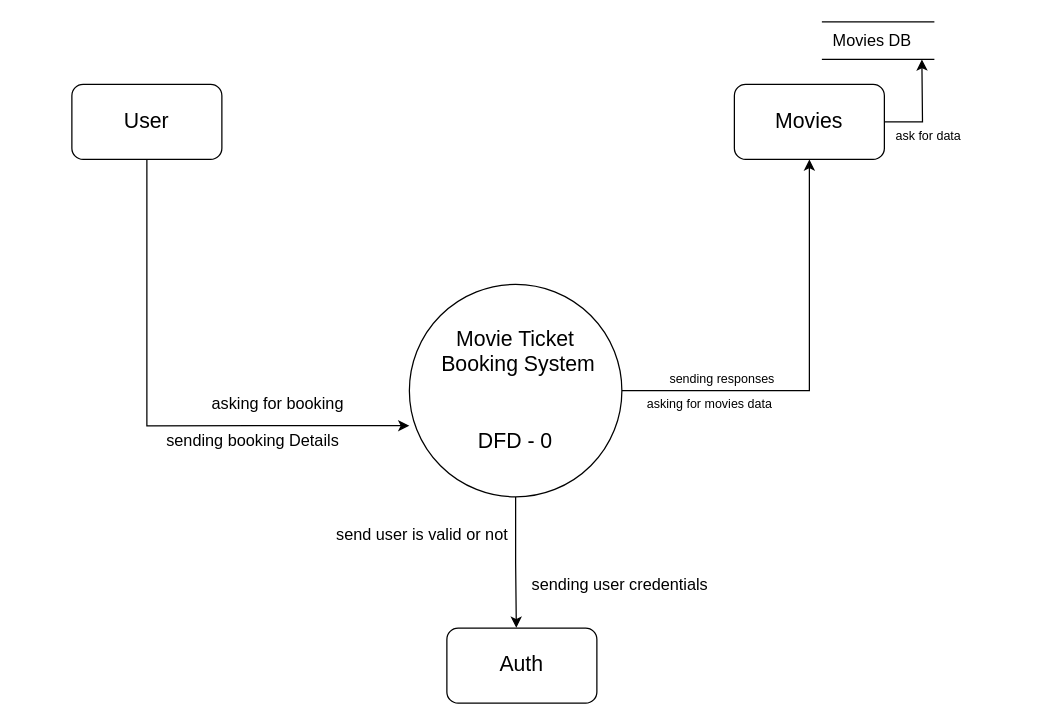
Before: Untitled Diagram.drawio in Raj-kar/Daigrams, a draw.io diagram. Source tidied: cells renumbered, new cells numbered last; positions are measured from the earlier drawing's top-left corner, leaving out a move shared by most shapes. Both pictures are drawn from the tidied source at 125%, with x=0, y=0 at pixel (71, 21).
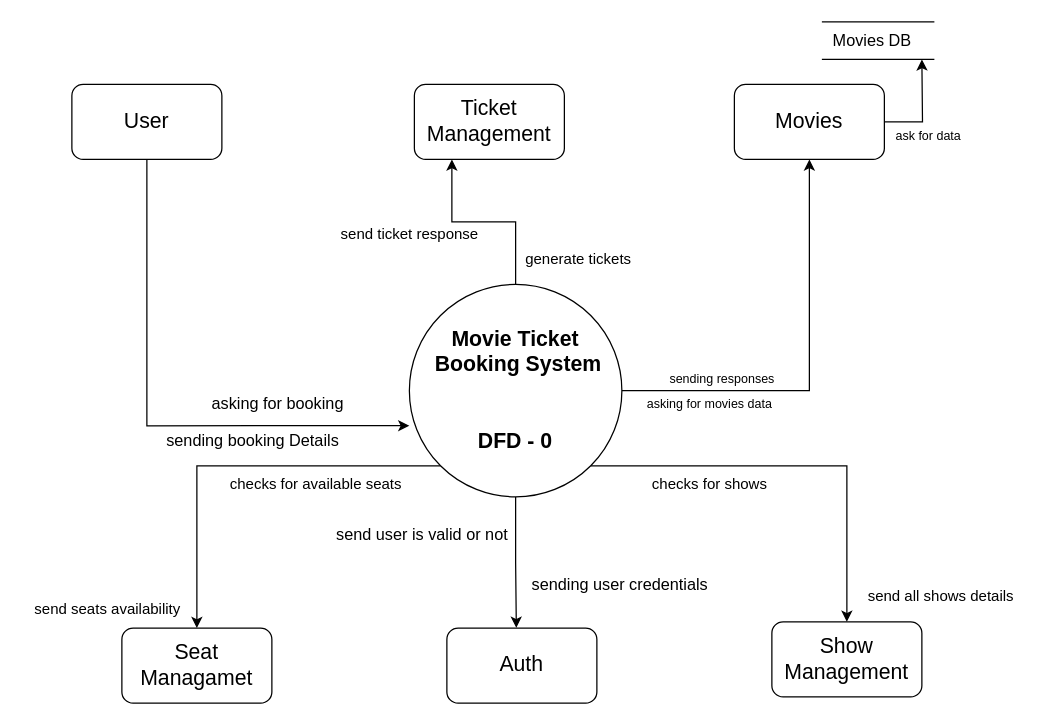
The same page after the edit.

Change to the diagram source:
```diff
@@
+    <mxCell id="20" style="edgeStyle=orthogonalEdgeStyle;rounded=0;jettySize=auto;html=1;exitX=0;exitY=1;exitDx=0;exitDy=0;" parent="1" edge="1" source="4" target="23">
+      <mxGeometry relative="1" as="geometry" />
+    </mxCell>
+    <mxCell id="21" style="edgeStyle=orthogonalEdgeStyle;rounded=0;jettySize=auto;html=1;exitX=1;exitY=1;exitDx=0;exitDy=0;entryX=0.5;entryY=0;entryDx=0;entryDy=0;" parent="1" edge="1" source="4" target="26">
+      <mxGeometry relative="1" as="geometry" />
+    </mxCell>
+    <mxCell id="22" style="edgeStyle=orthogonalEdgeStyle;rounded=0;jettySize=auto;html=1;entryX=0.25;entryY=1;entryDx=0;entryDy=0;" parent="1" edge="1" source="4" target="29">
+      <mxGeometry relative="1" as="geometry" />
+    </mxCell>
-    <mxCell id="4" value="&lt;font style=&quot;font-size: 17px&quot;&gt;Movie Ticket&lt;br&gt;&amp;nbsp;Booking System&lt;br&gt;&lt;br&gt;&lt;br&gt;DFD - 0&lt;br&gt;&lt;/font&gt;" style="ellipse;whiteSpace=wrap;html=1;" parent="1" vertex="1">
+    <mxCell id="4" value="&lt;font style=&quot;font-size: 17px&quot;&gt;&lt;b&gt;Movie Ticket&lt;br&gt;&amp;nbsp;Booking System&lt;br&gt;&lt;br&gt;&lt;br&gt;DFD - 0&lt;/b&gt;&lt;br&gt;&lt;/font&gt;" style="ellipse;whiteSpace=wrap;html=1;" parent="1" vertex="1">
       <mxGeometry x="270" y="210" width="170" height="170" as="geometry" />
     </mxCell>
@@
+    <mxCell id="23" value="Seat Managamet" style="rounded=1;whiteSpace=wrap;html=1;fontSize=17;" parent="1" vertex="1">
+      <mxGeometry x="40" y="485" width="120" height="60" as="geometry" />
+    </mxCell>
+    <mxCell id="24" value="checks for available seats" style="text;html=1;align=center;verticalAlign=middle;strokeColor=none;fillColor=none;" parent="1" vertex="1">
+      <mxGeometry x="120" y="360" width="150" height="20" as="geometry" />
+    </mxCell>
+    <mxCell id="25" value="send seats availability&amp;nbsp;" style="text;html=1;align=center;verticalAlign=middle;strokeColor=none;fillColor=none;" parent="1" vertex="1">
+      <mxGeometry x="-40" y="460" width="140" height="20" as="geometry" />
+    </mxCell>
+    <mxCell id="26" value="Show Management" style="rounded=1;whiteSpace=wrap;html=1;fontSize=17;" parent="1" vertex="1">
+      <mxGeometry x="560" y="480" width="120" height="60" as="geometry" />
+    </mxCell>
+    <mxCell id="27" value="checks for shows" style="text;html=1;align=center;verticalAlign=middle;strokeColor=none;fillColor=none;" parent="1" vertex="1">
+      <mxGeometry x="455" y="360" width="110" height="20" as="geometry" />
+    </mxCell>
+    <mxCell id="28" value="send all shows details" style="text;html=1;align=center;verticalAlign=middle;strokeColor=none;fillColor=none;" parent="1" vertex="1">
+      <mxGeometry x="630" y="450" width="130" height="20" as="geometry" />
+    </mxCell>
+    <mxCell id="29" value="Ticket Management" style="rounded=1;whiteSpace=wrap;html=1;fontSize=17;" parent="1" vertex="1">
+      <mxGeometry x="274" y="50" width="120" height="60" as="geometry" />
+    </mxCell>
+    <mxCell id="30" value="generate tickets" style="text;html=1;align=center;verticalAlign=middle;strokeColor=none;fillColor=none;" parent="1" vertex="1">
+      <mxGeometry x="355" y="180" width="100" height="20" as="geometry" />
+    </mxCell>
+    <mxCell id="31" value="send ticket response" style="text;html=1;align=center;verticalAlign=middle;strokeColor=none;fillColor=none;" parent="1" vertex="1">
+      <mxGeometry x="205" y="160" width="130" height="20" as="geometry" />
+    </mxCell>
```
